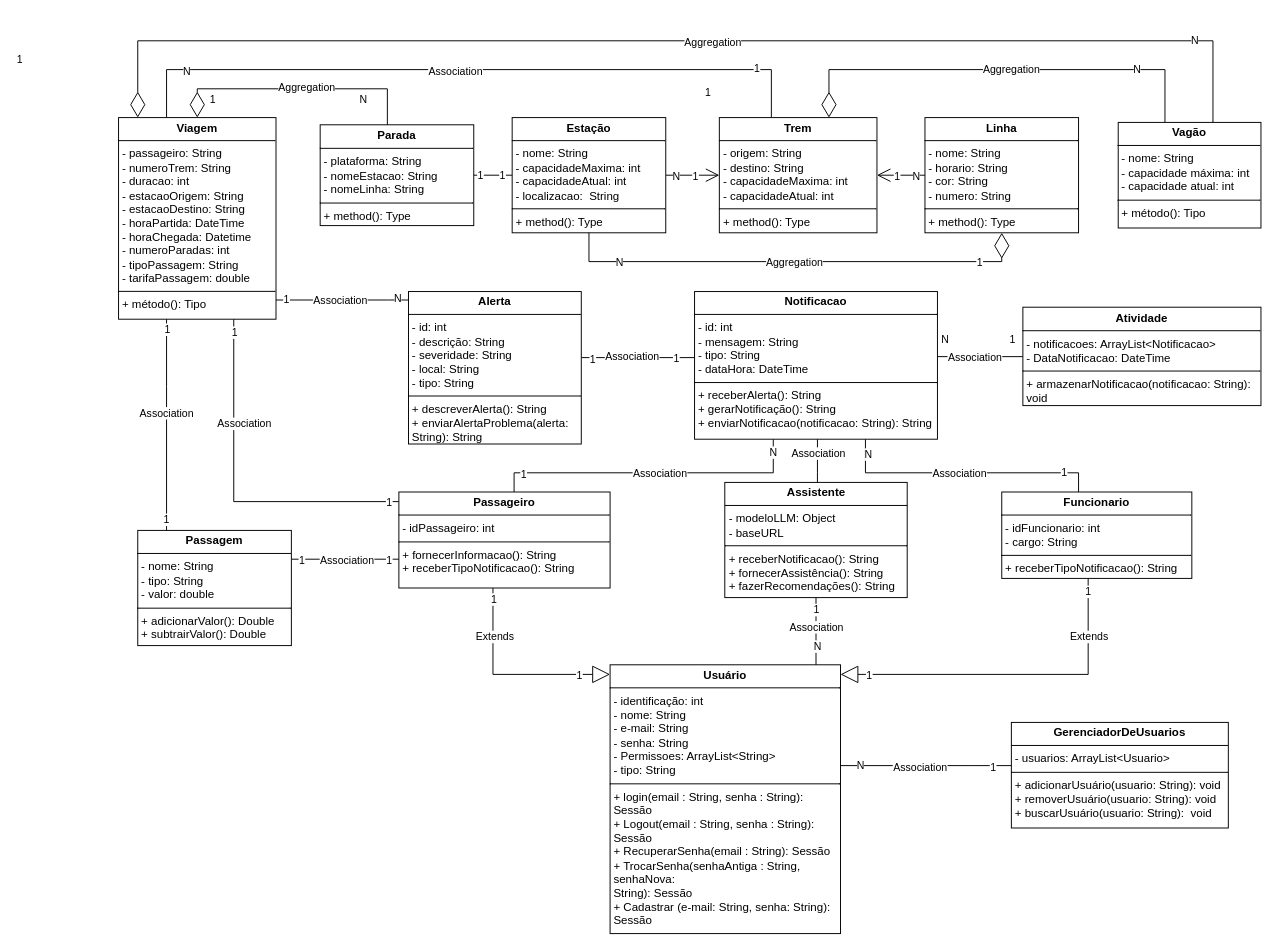
Before: Sprint1.drawio in Acessi/Sprint-1-Java, a draw.io diagram. Source tidied: cells renumbered, new cells numbered last; positions are measured from the earlier drawing's top-left corner, leaving out a move shared by most shapes. Both pictures are drawn from the tidied source at 96%, with x=0, y=0 at pixel (118, 40).
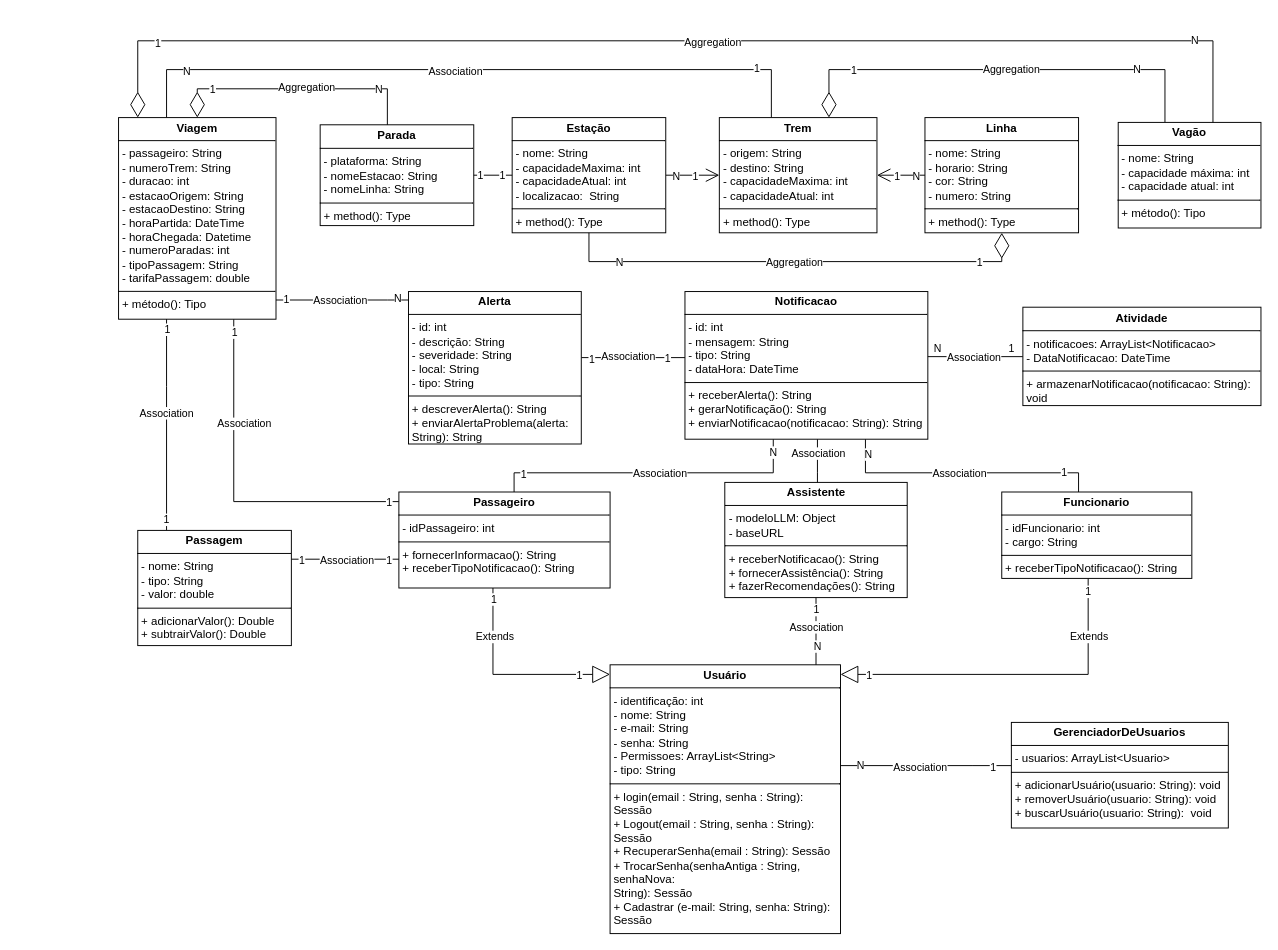
The same diagram, later.

Unchanged cells that the change refers to:
```xml
<mxCell id="54" style="edgeStyle=orthogonalEdgeStyle;rounded=0;jettySize=auto;html=1;endArrow=diamondThin;endFill=0;strokeColor=default;strokeWidth=1;align=center;verticalAlign=middle;fontFamily=Helvetica;fontSize=11;fontColor=default;labelBackgroundColor=default;jumpSize=6;startArrow=none;startFill=0;startSize=14;endSize=24;targetPerimeterSpacing=0;" parent="1" edge="1" source="65" target="58">
  <mxGeometry relative="1" as="geometry">
    <Array as="points">
      <mxPoint x="1090" y="30" />
      <mxPoint x="740" y="30" />
    </Array>
  </mxGeometry>
</mxCell>
<mxCell id="71" style="edgeStyle=orthogonalEdgeStyle;rounded=0;jettySize=auto;html=1;strokeColor=default;endArrow=diamondThin;endFill=0;strokeWidth=1;endSize=24;jumpSize=6;targetPerimeterSpacing=0;align=center;verticalAlign=middle;fontFamily=Helvetica;fontSize=11;fontColor=default;labelBackgroundColor=default;startArrow=none;startFill=0;startSize=14;" parent="1" edge="1" source="66" target="79">
  <mxGeometry relative="1" as="geometry">
    <Array as="points">
      <mxPoint x="280" y="50" />
      <mxPoint x="82" y="50" />
    </Array>
  </mxGeometry>
</mxCell>
<mxCell id="75" style="edgeStyle=orthogonalEdgeStyle;rounded=0;jettySize=auto;html=1;strokeColor=default;strokeWidth=1;align=center;verticalAlign=middle;fontFamily=Helvetica;fontSize=11;fontColor=default;labelBackgroundColor=default;jumpSize=6;startArrow=none;startFill=0;startSize=14;endArrow=diamondThin;endFill=0;endSize=24;targetPerimeterSpacing=0;" parent="1" edge="1" source="65" target="79">
  <mxGeometry relative="1" as="geometry">
    <Array as="points">
      <mxPoint x="1140" />
      <mxPoint x="20" />
    </Array>
  </mxGeometry>
</mxCell>
<mxCell id="80" style="edgeStyle=orthogonalEdgeStyle;rounded=0;jettySize=auto;html=1;strokeColor=default;align=center;verticalAlign=middle;fontFamily=Helvetica;fontSize=11;fontColor=default;labelBackgroundColor=default;endArrow=none;endFill=1;endSize=12;" parent="1" edge="1" source="33">
  <mxGeometry relative="1" as="geometry">
    <mxPoint x="942" y="329" as="targetPoint" />
    <Array as="points">
      <mxPoint x="870" y="329" />
      <mxPoint x="870" y="329" />
    </Array>
  </mxGeometry>
</mxCell>
```

What changed in the source:
```diff
@@
     <mxCell id="33" value="&lt;p style=&quot;margin:0px;margin-top:4px;text-align:center;&quot;&gt;&lt;b&gt;Notificacao&lt;/b&gt;&lt;/p&gt;&lt;hr size=&quot;1&quot; style=&quot;border-style:solid;&quot;&gt;&lt;p style=&quot;margin:0px;margin-left:4px;&quot;&gt;- id: int&lt;/p&gt;&lt;p style=&quot;margin:0px;margin-left:4px;&quot;&gt;- mensagem: String&lt;/p&gt;&lt;p style=&quot;margin:0px;margin-left:4px;&quot;&gt;- tipo: String&lt;/p&gt;&lt;p style=&quot;margin:0px;margin-left:4px;&quot;&gt;- dataHora: DateTime&lt;/p&gt;&lt;hr size=&quot;1&quot; style=&quot;border-style:solid;&quot;&gt;&lt;p style=&quot;margin:0px;margin-left:4px;&quot;&gt;+ receberAlerta(): String&lt;br&gt;&lt;/p&gt;&lt;p style=&quot;margin:0px;margin-left:4px;&quot;&gt;+ gerarNotificação(): String&lt;/p&gt;&lt;p style=&quot;margin:0px;margin-left:4px;&quot;&gt;+ enviarNotificacao(notificacao: String): String&lt;br&gt;&lt;/p&gt;&lt;p style=&quot;margin:0px;margin-left:4px;&quot;&gt;&lt;br&gt;&lt;/p&gt;" style="verticalAlign=top;align=left;overflow=fill;html=1;whiteSpace=wrap;" parent="1" vertex="1">
-      <mxGeometry x="600" y="261.2" width="253" height="153.8" as="geometry" />
+      <mxGeometry x="590" y="261.2" width="253" height="153.8" as="geometry" />
     </mxCell>
@@
-    <mxCell id="55" value="1" style="edgeLabel;html=1;align=center;verticalAlign=middle;rounded=0;strokeColor=default;strokeWidth=1;fontFamily=Helvetica;fontSize=11;fontColor=default;labelBackgroundColor=default;" parent="54" vertex="1">
-      <mxGeometry x="-0.83" relative="1" as="geometry">
-        <mxPoint x="-477" y="7" as="offset" />
-      </mxGeometry>
-    </mxCell>
@@
+    <mxCell id="55" value="1" style="edgeLabel;html=1;align=center;verticalAlign=middle;" parent="54" vertex="1">
+      <mxGeometry x="0.67" relative="1" as="geometry" />
+    </mxCell>
@@
     <mxCell id="72" value="1" style="edgeLabel;html=1;align=center;verticalAlign=middle;rounded=0;strokeColor=default;fontFamily=Helvetica;fontSize=11;fontColor=default;labelBackgroundColor=default;" parent="71" vertex="1">
       <mxGeometry x="-0.66" relative="1" as="geometry">
-        <mxPoint x="-175" y="10" as="offset" />
+        <mxPoint x="-175" as="offset" />
       </mxGeometry>
     </mxCell>
     <mxCell id="73" value="N" style="edgeLabel;html=1;align=center;verticalAlign=middle;rounded=0;strokeColor=default;fontFamily=Helvetica;fontSize=11;fontColor=default;labelBackgroundColor=default;" parent="71" vertex="1">
       <mxGeometry x="0.66" y="-1" relative="1" as="geometry">
-        <mxPoint x="157" y="11" as="offset" />
+        <mxPoint x="173" y="1" as="offset" />
       </mxGeometry>
     </mxCell>
@@
     <mxCell id="77" value="1" style="edgeLabel;html=1;align=center;verticalAlign=middle;rounded=0;strokeColor=default;strokeWidth=1;fontFamily=Helvetica;fontSize=11;fontColor=default;labelBackgroundColor=default;" parent="75" vertex="1">
       <mxGeometry x="-0.9" relative="1" as="geometry">
-        <mxPoint x="-1244" y="-2" as="offset" />
+        <mxPoint x="-1100" y="-19" as="offset" />
       </mxGeometry>
     </mxCell>
@@
     <mxCell id="81" value="Association" style="edgeLabel;html=1;align=center;verticalAlign=middle;rounded=0;strokeColor=default;fontFamily=Helvetica;fontSize=11;fontColor=default;labelBackgroundColor=default;" parent="80" vertex="1">
-      <mxGeometry x="-0.15" relative="1" as="geometry" />
+      <mxGeometry x="-0.15" relative="1" as="geometry">
+        <mxPoint x="5" as="offset" />
+      </mxGeometry>
     </mxCell>
     <mxCell id="82" value="1" style="edgeLabel;html=1;align=center;verticalAlign=middle;rounded=0;strokeColor=default;fontFamily=Helvetica;fontSize=11;fontColor=default;labelBackgroundColor=default;" parent="80" vertex="1">
       <mxGeometry x="0.78" y="-1" relative="1" as="geometry">
-        <mxPoint x="-2" y="-20" as="offset" />
+        <mxPoint x="-2" y="-10" as="offset" />
       </mxGeometry>
     </mxCell>
     <mxCell id="83" value="N" style="edgeLabel;html=1;align=center;verticalAlign=middle;rounded=0;strokeColor=default;fontFamily=Helvetica;fontSize=11;fontColor=default;labelBackgroundColor=default;" parent="80" vertex="1">
       <mxGeometry x="-0.62" y="-2" relative="1" as="geometry">
-        <mxPoint x="-10" y="-21" as="offset" />
+        <mxPoint x="-10" y="-11" as="offset" />
       </mxGeometry>
     </mxCell>
```
